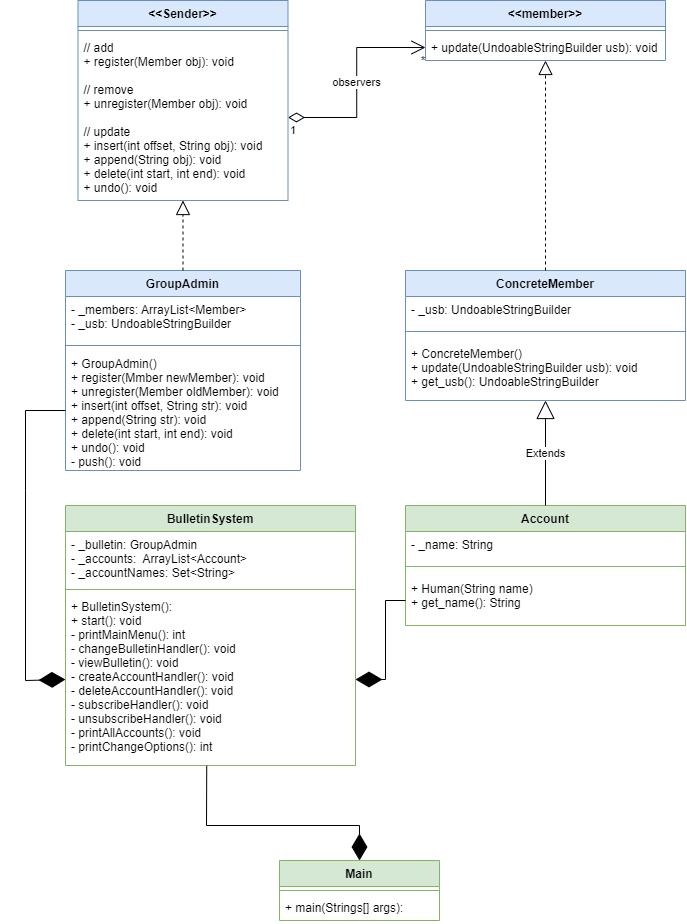
Above: UML_Bulletin.png in Sari-Saif/OOP.Assignment1 (draw.io), before the change. Source tidied: cells renumbered, new cells last; positions are measured from the earlier drawing's top-left corner, leaving out a move shared by most shapes. Its diagram source:
```xml
<mxGraphModel>
  <root>
    <mxCell id="0" />
    <mxCell id="1" parent="0" />
    <mxCell id="2" value="&lt;&lt;Sender&gt;&gt;" style="swimlane;fontStyle=1;align=center;verticalAlign=top;horizontal=1;startSize=26;fillColor=#dae8fc;strokeColor=#6c8ebf;" parent="1" vertex="1">
      <mxGeometry x="52.5" width="210" height="200" as="geometry" />
    </mxCell>
    <mxCell id="3" style="line;strokeWidth=1;fillColor=none;align=left;verticalAlign=middle;spacingTop=-1;spacingLeft=3;spacingRight=3;labelPosition=right;strokeColor=inherit;" parent="2" vertex="1">
      <mxGeometry y="26" width="210" height="8" as="geometry" />
    </mxCell>
    <mxCell id="4" value="// add&#10;+ register(Member obj): void&#10;&#10;// remove&#10;+ unregister(Member obj): void&#10;&#10;// update&#10;+ insert(int offset, String obj): void&#10;+ append(String obj): void&#10;+ delete(int start, int end): void&#10;+ undo(): void" style="text;strokeColor=none;fillColor=none;align=left;verticalAlign=top;spacingLeft=4;spacingRight=4;overflow=hidden;points=[[0,0.5],[1,0.5]];portConstraint=eastwest;" parent="2" vertex="1">
      <mxGeometry y="34" width="210" height="166" as="geometry" />
    </mxCell>
    <mxCell id="5" value="&lt;&lt;member&gt;&gt;" style="swimlane;fontStyle=1;align=center;verticalAlign=top;horizontal=1;startSize=26;fillColor=#dae8fc;strokeColor=#6c8ebf;" parent="1" vertex="1">
      <mxGeometry x="400" width="240" height="60" as="geometry" />
    </mxCell>
    <mxCell id="6" style="line;strokeWidth=1;fillColor=none;align=left;verticalAlign=middle;spacingTop=-1;spacingLeft=3;spacingRight=3;labelPosition=right;strokeColor=inherit;" parent="5" vertex="1">
      <mxGeometry y="26" width="240" height="8" as="geometry" />
    </mxCell>
    <mxCell id="7" value="+ update(UndoableStringBuilder usb): void" style="text;strokeColor=none;fillColor=none;align=left;verticalAlign=top;spacingLeft=4;spacingRight=4;overflow=hidden;points=[[0,0.5],[1,0.5]];portConstraint=eastwest;" parent="5" vertex="1">
      <mxGeometry y="34" width="240" height="26" as="geometry" />
    </mxCell>
    <mxCell id="8" value="GroupAdmin" style="swimlane;fontStyle=1;align=center;verticalAlign=top;horizontal=1;startSize=26;fillColor=#dae8fc;strokeColor=#6c8ebf;" parent="1" vertex="1">
      <mxGeometry x="40" y="270" width="235" height="200" as="geometry" />
    </mxCell>
    <mxCell id="9" value="- _members: ArrayList&lt;Member&gt;&#10;- _usb: UndoableStringBuilder" style="text;strokeColor=none;fillColor=none;align=left;verticalAlign=top;spacingLeft=4;spacingRight=4;overflow=hidden;" parent="8" vertex="1">
      <mxGeometry y="26" width="235" height="44" as="geometry" />
    </mxCell>
    <mxCell id="10" style="line;strokeWidth=1;fillColor=none;align=left;verticalAlign=middle;spacingTop=-1;spacingLeft=3;spacingRight=3;labelPosition=right;strokeColor=inherit;" parent="8" vertex="1">
      <mxGeometry y="70" width="235" height="10" as="geometry" />
    </mxCell>
    <mxCell id="11" value="+ GroupAdmin()&#10;+ register(Mmber newMember): void&#10;+ unregister(Member oldMember): void&#10;+ insert(int offset, String str): void&#10;+ append(String str): void&#10;+ delete(int start, int end): void&#10;+ undo(): void&#10;- push(): void" style="text;strokeColor=none;fillColor=none;align=left;verticalAlign=top;spacingLeft=4;spacingRight=4;overflow=hidden;points=[[0,0.5],[1,0.5]];portConstraint=eastwest;" parent="8" vertex="1">
      <mxGeometry y="80" width="235" height="120" as="geometry" />
    </mxCell>
    <mxCell id="12" value="ConcreteMember" style="swimlane;fontStyle=1;align=center;verticalAlign=top;horizontal=1;startSize=26;fillColor=#dae8fc;strokeColor=#6c8ebf;" parent="1" vertex="1">
      <mxGeometry x="380" y="270" width="280" height="130" as="geometry" />
    </mxCell>
    <mxCell id="13" value="- _usb: UndoableStringBuilder" style="text;strokeColor=none;fillColor=none;align=left;verticalAlign=top;spacingLeft=4;spacingRight=4;overflow=hidden;" parent="12" vertex="1">
      <mxGeometry y="26" width="280" height="26" as="geometry" />
    </mxCell>
    <mxCell id="14" style="line;strokeWidth=1;fillColor=none;align=left;verticalAlign=middle;spacingTop=-1;spacingLeft=3;spacingRight=3;labelPosition=right;strokeColor=inherit;" parent="12" vertex="1">
      <mxGeometry y="52" width="280" height="18" as="geometry" />
    </mxCell>
    <mxCell id="15" value="+ ConcreteMember()&#10;+ update(UndoableStringBuilder usb): void&#10;+ get_usb(): UndoableStringBuilder" style="text;strokeColor=none;fillColor=none;align=left;verticalAlign=top;spacingLeft=4;spacingRight=4;overflow=hidden;points=[[0,0.5],[1,0.5]];portConstraint=eastwest;" parent="12" vertex="1">
      <mxGeometry y="70" width="280" height="60" as="geometry" />
    </mxCell>
    <mxCell id="16" style="endArrow=block;dashed=1;endFill=0;endSize=12;html=1;rounded=0;exitX=0.5;exitY=0;exitDx=0;exitDy=0;" parent="1" edge="1" source="8" target="4">
      <mxGeometry relative="1" as="geometry" />
    </mxCell>
    <mxCell id="17" style="endArrow=block;dashed=1;endFill=0;endSize=12;html=1;rounded=0;exitX=0.5;exitY=0;exitDx=0;exitDy=0;" parent="1" edge="1" source="12" target="7">
      <mxGeometry relative="1" as="geometry" />
    </mxCell>
    <mxCell id="18" value="observers" style="endArrow=open;html=1;endSize=12;startArrow=diamondThin;startSize=14;startFill=0;edgeStyle=orthogonalEdgeStyle;rounded=0;entryX=0;entryY=0.5;entryDx=0;entryDy=0;" parent="1" edge="1" source="4" target="7">
      <mxGeometry relative="1" as="geometry" />
    </mxCell>
    <mxCell id="19" value="1" style="edgeLabel;html=1;align=left;verticalAlign=top;" parent="18" vertex="1">
      <mxGeometry x="-1" relative="1" as="geometry" />
    </mxCell>
    <mxCell id="20" value="*" style="edgeLabel;html=1;align=right;verticalAlign=top;" parent="18" vertex="1">
      <mxGeometry x="1" relative="1" as="geometry" />
    </mxCell>
    <mxCell id="21" value="BulletinSystem" style="swimlane;fontStyle=1;align=center;verticalAlign=top;horizontal=1;startSize=26;fillColor=#d5e8d4;strokeColor=#82b366;" parent="1" vertex="1">
      <mxGeometry x="40" y="505" width="290" height="260" as="geometry" />
    </mxCell>
    <mxCell id="22" value="- _bulletin: GroupAdmin&#10;- _accounts:  ArrayList&lt;Account&gt;&#10;- _accountNames: Set&lt;String&gt;" style="text;strokeColor=none;fillColor=none;align=left;verticalAlign=top;spacingLeft=4;spacingRight=4;overflow=hidden;" parent="21" vertex="1">
      <mxGeometry y="26" width="290" height="54" as="geometry" />
    </mxCell>
    <mxCell id="23" style="line;strokeWidth=1;fillColor=none;align=left;verticalAlign=middle;spacingTop=-1;spacingLeft=3;spacingRight=3;labelPosition=right;strokeColor=inherit;" parent="21" vertex="1">
      <mxGeometry y="80" width="290" height="8" as="geometry" />
    </mxCell>
    <mxCell id="24" value="+ BulletinSystem():&#10;+ start(): void&#10;- printMainMenu(): int&#10;- changeBulletinHandler(): void&#10;- viewBulletin(): void&#10;- createAccountHandler(): void&#10;- deleteAccountHandler(): void &#10;- subscribeHandler(): void&#10;- unsubscribeHandler(): void&#10;- printAllAccounts(): void&#10;- printChangeOptions(): int" style="text;strokeColor=none;fillColor=none;align=left;verticalAlign=top;spacingLeft=4;spacingRight=4;overflow=hidden;points=[[0,0.5],[1,0.5]];portConstraint=eastwest;" parent="21" vertex="1">
      <mxGeometry y="88" width="290" height="172" as="geometry" />
    </mxCell>
    <mxCell id="25" value="Account" style="swimlane;fontStyle=1;align=center;verticalAlign=top;horizontal=1;startSize=26;fillColor=#d5e8d4;strokeColor=#82b366;" parent="1" vertex="1">
      <mxGeometry x="380" y="505" width="280" height="120" as="geometry" />
    </mxCell>
    <mxCell id="26" value="- _name: String" style="text;strokeColor=none;fillColor=none;align=left;verticalAlign=top;spacingLeft=4;spacingRight=4;overflow=hidden;" parent="25" vertex="1">
      <mxGeometry y="26" width="280" height="26" as="geometry" />
    </mxCell>
    <mxCell id="27" style="line;strokeWidth=1;fillColor=none;align=left;verticalAlign=middle;spacingTop=-1;spacingLeft=3;spacingRight=3;labelPosition=right;strokeColor=inherit;" parent="25" vertex="1">
      <mxGeometry y="52" width="280" height="18" as="geometry" />
    </mxCell>
    <mxCell id="28" value="+ Human(String name)&#10;+ get_name(): String" style="text;strokeColor=none;fillColor=none;align=left;verticalAlign=top;spacingLeft=4;spacingRight=4;overflow=hidden;points=[[0,0.5],[1,0.5]];portConstraint=eastwest;" parent="25" vertex="1">
      <mxGeometry y="70" width="280" height="50" as="geometry" />
    </mxCell>
    <mxCell id="29" value="Extends" style="endArrow=block;endSize=16;endFill=0;html=1;rounded=0;exitX=0.5;exitY=0;exitDx=0;exitDy=0;" parent="1" edge="1" source="25" target="15">
      <mxGeometry relative="1" as="geometry" />
    </mxCell>
    <mxCell id="30" style="endArrow=diamondThin;endFill=1;endSize=24;html=1;rounded=0;entryX=0;entryY=0.5;entryDx=0;entryDy=0;exitX=0;exitY=0.5;exitDx=0;exitDy=0;" parent="1" edge="1" source="11" target="24">
      <mxGeometry relative="1" as="geometry">
        <Array as="points">
          <mxPoint y="410" />
          <mxPoint y="490" />
          <mxPoint y="680" />
        </Array>
      </mxGeometry>
    </mxCell>
    <mxCell id="31" style="endArrow=diamondThin;endFill=1;endSize=24;html=1;rounded=0;exitX=0;exitY=0.5;exitDx=0;exitDy=0;entryX=1;entryY=0.5;entryDx=0;entryDy=0;" parent="1" edge="1" source="28" target="24">
      <mxGeometry relative="1" as="geometry">
        <Array as="points">
          <mxPoint x="360" y="600" />
          <mxPoint x="360" y="679" />
        </Array>
      </mxGeometry>
    </mxCell>
    <mxCell id="32" value="Main" style="swimlane;fontStyle=1;align=center;verticalAlign=top;horizontal=1;startSize=26;fillColor=#d5e8d4;strokeColor=#82b366;" parent="1" vertex="1">
      <mxGeometry x="254" y="860" width="160" height="60" as="geometry" />
    </mxCell>
    <mxCell id="33" style="line;strokeWidth=1;fillColor=none;align=left;verticalAlign=middle;spacingTop=-1;spacingLeft=3;spacingRight=3;labelPosition=right;strokeColor=inherit;" parent="32" vertex="1">
      <mxGeometry y="26" width="160" height="8" as="geometry" />
    </mxCell>
    <mxCell id="34" value="+ main(Strings[] args):" style="text;strokeColor=none;fillColor=none;align=left;verticalAlign=top;spacingLeft=4;spacingRight=4;overflow=hidden;" parent="32" vertex="1">
      <mxGeometry y="34" width="160" height="26" as="geometry" />
    </mxCell>
    <mxCell id="35" style="endArrow=diamondThin;endFill=1;endSize=24;html=1;rounded=0;entryX=0.5;entryY=0;entryDx=0;entryDy=0;exitX=0.487;exitY=1.002;exitDx=0;exitDy=0;exitPerimeter=0;" parent="1" edge="1" source="24" target="32">
      <mxGeometry relative="1" as="geometry">
        <Array as="points">
          <mxPoint x="181" y="825" />
          <mxPoint x="334" y="825" />
        </Array>
      </mxGeometry>
    </mxCell>
  </root>
</mxGraphModel>
```
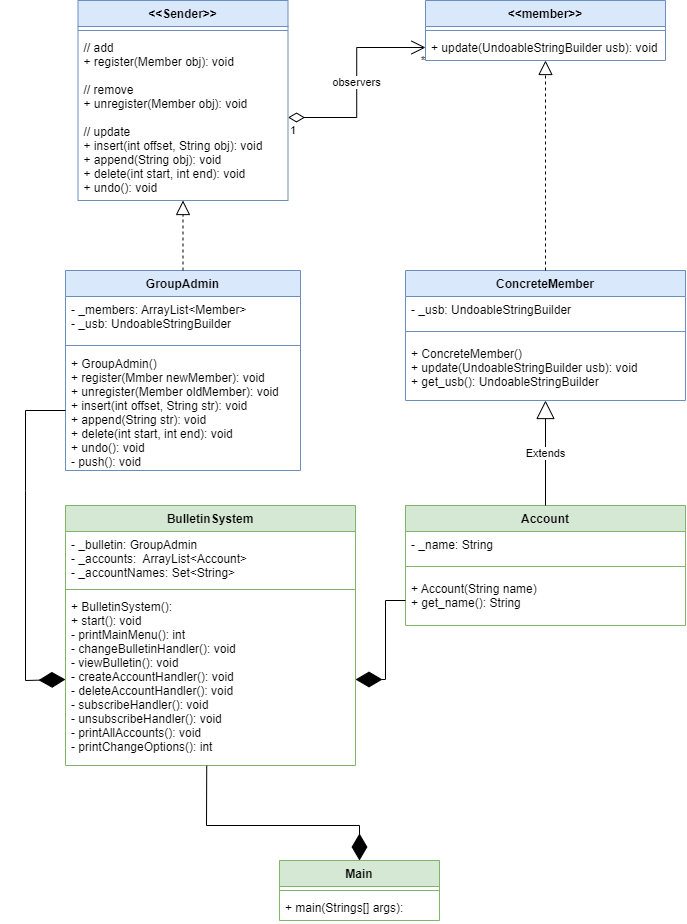
After the change.

Commit message:
update full UML

Diff of the diagram source:
```diff
@@ -80,7 +80,7 @@
     <mxCell id="27" style="line;strokeWidth=1;fillColor=none;align=left;verticalAlign=middle;spacingTop=-1;spacingLeft=3;spacingRight=3;labelPosition=right;strokeColor=inherit;" parent="25" vertex="1">
       <mxGeometry y="52" width="280" height="18" as="geometry" />
     </mxCell>
-    <mxCell id="28" value="+ Human(String name)&#10;+ get_name(): String" style="text;strokeColor=none;fillColor=none;align=left;verticalAlign=top;spacingLeft=4;spacingRight=4;overflow=hidden;points=[[0,0.5],[1,0.5]];portConstraint=eastwest;" parent="25" vertex="1">
+    <mxCell id="28" value="+ Account(String name)&#10;+ get_name(): String" style="text;strokeColor=none;fillColor=none;align=left;verticalAlign=top;spacingLeft=4;spacingRight=4;overflow=hidden;points=[[0,0.5],[1,0.5]];portConstraint=eastwest;" parent="25" vertex="1">
       <mxGeometry y="70" width="280" height="50" as="geometry" />
     </mxCell>
     <mxCell id="29" value="Extends" style="endArrow=block;endSize=16;endFill=0;html=1;rounded=0;exitX=0.5;exitY=0;exitDx=0;exitDy=0;" parent="1" edge="1" source="25" target="15">
```
